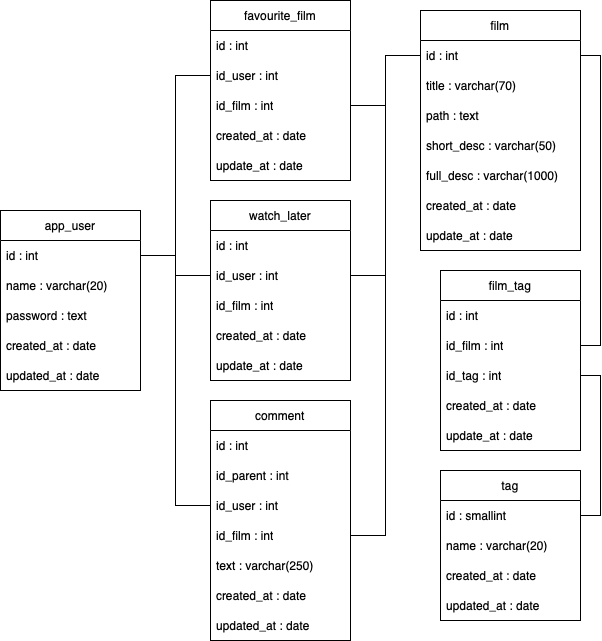
Above: _plan/database_plan.drawio.png in FilipSankowski/film_app (draw.io), before the change. Source tidied: cells renumbered, new cells last; positions are measured from the earlier drawing's top-left corner, leaving out a move shared by most shapes.
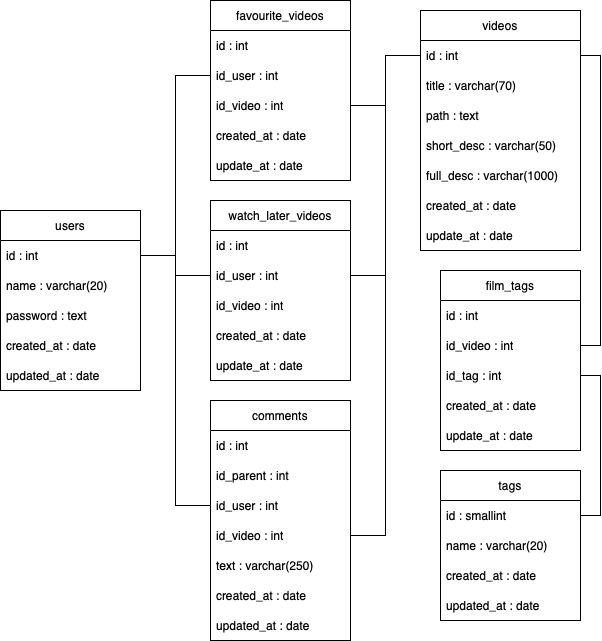
Later version of the same file.

Commit message:
modified database plan, added migrations

Change to the diagram source:
```diff
@@ -2,7 +2,7 @@
   <root>
     <mxCell id="0" />
     <mxCell id="1" parent="0" />
-    <mxCell id="2" value="app_user" style="swimlane;fontStyle=0;horizontal=1;startSize=30;whiteSpace=wrap;html=1;" parent="1" vertex="1">
+    <mxCell id="2" value="users" style="swimlane;fontStyle=0;horizontal=1;startSize=30;whiteSpace=wrap;html=1;" parent="1" vertex="1">
       <mxGeometry y="210" width="140" height="180" as="geometry" />
     </mxCell>
     <mxCell id="3" value="id : int" style="text;strokeColor=none;fillColor=none;align=left;verticalAlign=middle;spacingLeft=4;spacingRight=4;overflow=hidden;points=[[0,0.5],[1,0.5]];portConstraint=eastwest;whiteSpace=wrap;html=1;" parent="2" vertex="1">
@@ -20,7 +20,7 @@
     <mxCell id="7" value="updated_at : date" style="text;strokeColor=none;fillColor=none;align=left;verticalAlign=middle;spacingLeft=4;spacingRight=4;overflow=hidden;whiteSpace=wrap;html=1;" parent="2" vertex="1">
       <mxGeometry y="150" width="140" height="30" as="geometry" />
     </mxCell>
-    <mxCell id="8" value="tag" style="swimlane;fontStyle=0;horizontal=1;startSize=30;whiteSpace=wrap;html=1;" parent="1" vertex="1">
+    <mxCell id="8" value="tags" style="swimlane;fontStyle=0;horizontal=1;startSize=30;whiteSpace=wrap;html=1;" parent="1" vertex="1">
       <mxGeometry x="440" y="470" width="140" height="150" as="geometry" />
     </mxCell>
     <mxCell id="9" value="id : smallint" style="text;strokeColor=none;fillColor=none;align=left;verticalAlign=middle;spacingLeft=4;spacingRight=4;overflow=hidden;points=[[0,0.5],[1,0.5]];portConstraint=eastwest;whiteSpace=wrap;html=1;" parent="8" vertex="1">
@@ -35,7 +35,7 @@
     <mxCell id="12" value="updated_at : date" style="text;strokeColor=none;fillColor=none;align=left;verticalAlign=middle;spacingLeft=4;spacingRight=4;overflow=hidden;whiteSpace=wrap;html=1;" parent="8" vertex="1">
       <mxGeometry y="120" width="140" height="30" as="geometry" />
     </mxCell>
-    <mxCell id="13" value="film" style="swimlane;fontStyle=0;horizontal=1;startSize=30;whiteSpace=wrap;html=1;" parent="1" vertex="1">
+    <mxCell id="13" value="videos" style="swimlane;fontStyle=0;horizontal=1;startSize=30;whiteSpace=wrap;html=1;" parent="1" vertex="1">
       <mxGeometry x="420" y="10" width="160" height="240" as="geometry" />
     </mxCell>
     <mxCell id="14" value="id : int" style="text;strokeColor=none;fillColor=none;align=left;verticalAlign=middle;spacingLeft=4;spacingRight=4;overflow=hidden;points=[[0,0.5],[1,0.5]];portConstraint=eastwest;whiteSpace=wrap;html=1;" parent="13" vertex="1">
@@ -59,7 +59,7 @@
     <mxCell id="20" value="update_at : date" style="text;strokeColor=none;fillColor=none;align=left;verticalAlign=middle;spacingLeft=4;spacingRight=4;overflow=hidden;whiteSpace=wrap;html=1;" parent="13" vertex="1">
       <mxGeometry y="210" width="160" height="30" as="geometry" />
     </mxCell>
-    <mxCell id="21" value="comment" style="swimlane;fontStyle=0;horizontal=1;startSize=30;whiteSpace=wrap;html=1;" parent="1" vertex="1">
+    <mxCell id="21" value="comments" style="swimlane;fontStyle=0;horizontal=1;startSize=30;whiteSpace=wrap;html=1;" parent="1" vertex="1">
       <mxGeometry x="210" y="400" width="140" height="240" as="geometry" />
     </mxCell>
     <mxCell id="22" value="id : int" style="text;strokeColor=none;fillColor=none;align=left;verticalAlign=middle;spacingLeft=4;spacingRight=4;overflow=hidden;whiteSpace=wrap;html=1;" parent="21" vertex="1">
@@ -71,7 +71,7 @@
     <mxCell id="24" value="id_user : int" style="text;strokeColor=none;fillColor=none;align=left;verticalAlign=middle;spacingLeft=4;spacingRight=4;overflow=hidden;points=[[0,0.5],[1,0.5]];portConstraint=eastwest;whiteSpace=wrap;html=1;" parent="21" vertex="1">
       <mxGeometry y="90" width="140" height="30" as="geometry" />
     </mxCell>
-    <mxCell id="25" value="id_film&amp;nbsp;: int" style="text;strokeColor=none;fillColor=none;align=left;verticalAlign=middle;spacingLeft=4;spacingRight=4;overflow=hidden;points=[[0,0.5],[1,0.5]];portConstraint=eastwest;whiteSpace=wrap;html=1;" parent="21" vertex="1">
+    <mxCell id="25" value="id_video : int" style="text;strokeColor=none;fillColor=none;align=left;verticalAlign=middle;spacingLeft=4;spacingRight=4;overflow=hidden;points=[[0,0.5],[1,0.5]];portConstraint=eastwest;whiteSpace=wrap;html=1;" parent="21" vertex="1">
       <mxGeometry y="120" width="140" height="30" as="geometry" />
     </mxCell>
     <mxCell id="26" value="text : varchar(250)" style="text;strokeColor=none;fillColor=none;align=left;verticalAlign=middle;spacingLeft=4;spacingRight=4;overflow=hidden;whiteSpace=wrap;html=1;" parent="21" vertex="1">
@@ -83,7 +83,7 @@
     <mxCell id="28" value="updated_at : date" style="text;strokeColor=none;fillColor=none;align=left;verticalAlign=middle;spacingLeft=4;spacingRight=4;overflow=hidden;whiteSpace=wrap;html=1;" parent="21" vertex="1">
       <mxGeometry y="210" width="140" height="30" as="geometry" />
     </mxCell>
-    <mxCell id="29" value="favourite_film" style="swimlane;fontStyle=0;horizontal=1;startSize=30;whiteSpace=wrap;html=1;" parent="1" vertex="1">
+    <mxCell id="29" value="favourite_videos" style="swimlane;fontStyle=0;horizontal=1;startSize=30;whiteSpace=wrap;html=1;" parent="1" vertex="1">
       <mxGeometry x="210" width="140" height="180" as="geometry" />
     </mxCell>
     <mxCell id="30" value="id : int" style="text;strokeColor=none;fillColor=none;align=left;verticalAlign=middle;spacingLeft=4;spacingRight=4;overflow=hidden;whiteSpace=wrap;html=1;" parent="29" vertex="1">
@@ -92,7 +92,7 @@
     <mxCell id="31" value="id_user : int" style="text;strokeColor=none;fillColor=none;align=left;verticalAlign=middle;spacingLeft=4;spacingRight=4;overflow=hidden;points=[[0,0.5],[1,0.5]];portConstraint=eastwest;whiteSpace=wrap;html=1;" parent="29" vertex="1">
       <mxGeometry y="60" width="140" height="30" as="geometry" />
     </mxCell>
-    <mxCell id="32" value="id_film : int" style="text;strokeColor=none;fillColor=none;align=left;verticalAlign=middle;spacingLeft=4;spacingRight=4;overflow=hidden;points=[[0,0.5],[1,0.5]];portConstraint=eastwest;whiteSpace=wrap;html=1;" parent="29" vertex="1">
+    <mxCell id="32" value="id_video : int" style="text;strokeColor=none;fillColor=none;align=left;verticalAlign=middle;spacingLeft=4;spacingRight=4;overflow=hidden;points=[[0,0.5],[1,0.5]];portConstraint=eastwest;whiteSpace=wrap;html=1;" parent="29" vertex="1">
       <mxGeometry y="90" width="140" height="30" as="geometry" />
     </mxCell>
     <mxCell id="33" value="created_at : date" style="text;strokeColor=none;fillColor=none;align=left;verticalAlign=middle;spacingLeft=4;spacingRight=4;overflow=hidden;whiteSpace=wrap;html=1;" parent="29" vertex="1">
@@ -104,7 +104,7 @@
     <mxCell id="35" style="edgeStyle=orthogonalEdgeStyle;rounded=0;jettySize=auto;html=1;exitX=1;exitY=0.5;exitDx=0;exitDy=0;entryX=0;entryY=0.5;entryDx=0;entryDy=0;endArrow=none;endFill=0;startArrow=none;startFill=0;" parent="1" edge="1" source="3" target="31">
       <mxGeometry relative="1" as="geometry" />
     </mxCell>
-    <mxCell id="36" value="watch_later" style="swimlane;fontStyle=0;horizontal=1;startSize=30;whiteSpace=wrap;html=1;" parent="1" vertex="1">
+    <mxCell id="36" value="watch_later_videos" style="swimlane;fontStyle=0;horizontal=1;startSize=30;whiteSpace=wrap;html=1;" parent="1" vertex="1">
       <mxGeometry x="210" y="200" width="140" height="180" as="geometry" />
     </mxCell>
     <mxCell id="37" value="id : int" style="text;strokeColor=none;fillColor=none;align=left;verticalAlign=middle;spacingLeft=4;spacingRight=4;overflow=hidden;whiteSpace=wrap;html=1;" parent="36" vertex="1">
@@ -113,7 +113,7 @@
     <mxCell id="38" value="id_user : int" style="text;strokeColor=none;fillColor=none;align=left;verticalAlign=middle;spacingLeft=4;spacingRight=4;overflow=hidden;points=[[0,0.5],[1,0.5]];portConstraint=eastwest;whiteSpace=wrap;html=1;" parent="36" vertex="1">
       <mxGeometry y="60" width="140" height="30" as="geometry" />
     </mxCell>
-    <mxCell id="39" value="id_film : int" style="text;strokeColor=none;fillColor=none;align=left;verticalAlign=middle;spacingLeft=4;spacingRight=4;overflow=hidden;whiteSpace=wrap;html=1;" parent="36" vertex="1">
+    <mxCell id="39" value="id_video : int" style="text;strokeColor=none;fillColor=none;align=left;verticalAlign=middle;spacingLeft=4;spacingRight=4;overflow=hidden;whiteSpace=wrap;html=1;" parent="36" vertex="1">
       <mxGeometry y="90" width="140" height="30" as="geometry" />
     </mxCell>
     <mxCell id="40" value="created_at : date" style="text;strokeColor=none;fillColor=none;align=left;verticalAlign=middle;spacingLeft=4;spacingRight=4;overflow=hidden;whiteSpace=wrap;html=1;" parent="36" vertex="1">
@@ -125,13 +125,13 @@
     <mxCell id="42" style="edgeStyle=orthogonalEdgeStyle;rounded=0;jettySize=auto;html=1;exitX=1;exitY=0.5;exitDx=0;exitDy=0;entryX=0;entryY=0.5;entryDx=0;entryDy=0;endArrow=none;endFill=0;" parent="1" edge="1" source="3" target="38">
       <mxGeometry relative="1" as="geometry" />
     </mxCell>
-    <mxCell id="43" value="film_tag" style="swimlane;fontStyle=0;horizontal=1;startSize=30;whiteSpace=wrap;html=1;" parent="1" vertex="1">
+    <mxCell id="43" value="film_tags" style="swimlane;fontStyle=0;horizontal=1;startSize=30;whiteSpace=wrap;html=1;" parent="1" vertex="1">
       <mxGeometry x="440" y="270" width="140" height="180" as="geometry" />
     </mxCell>
     <mxCell id="44" value="id : int" style="text;strokeColor=none;fillColor=none;align=left;verticalAlign=middle;spacingLeft=4;spacingRight=4;overflow=hidden;whiteSpace=wrap;html=1;" parent="43" vertex="1">
       <mxGeometry y="30" width="140" height="30" as="geometry" />
     </mxCell>
-    <mxCell id="45" value="id_film : int" style="text;strokeColor=none;fillColor=none;align=left;verticalAlign=middle;spacingLeft=4;spacingRight=4;overflow=hidden;points=[[0,0.5],[1,0.5]];portConstraint=eastwest;whiteSpace=wrap;html=1;" parent="43" vertex="1">
+    <mxCell id="45" value="id_video : int" style="text;strokeColor=none;fillColor=none;align=left;verticalAlign=middle;spacingLeft=4;spacingRight=4;overflow=hidden;points=[[0,0.5],[1,0.5]];portConstraint=eastwest;whiteSpace=wrap;html=1;" parent="43" vertex="1">
       <mxGeometry y="60" width="140" height="30" as="geometry" />
     </mxCell>
     <mxCell id="46" value="id_tag : int" style="text;strokeColor=none;fillColor=none;align=left;verticalAlign=middle;spacingLeft=4;spacingRight=4;overflow=hidden;points=[[0,0.5],[1,0.5]];portConstraint=eastwest;whiteSpace=wrap;html=1;" parent="43" vertex="1">
```
